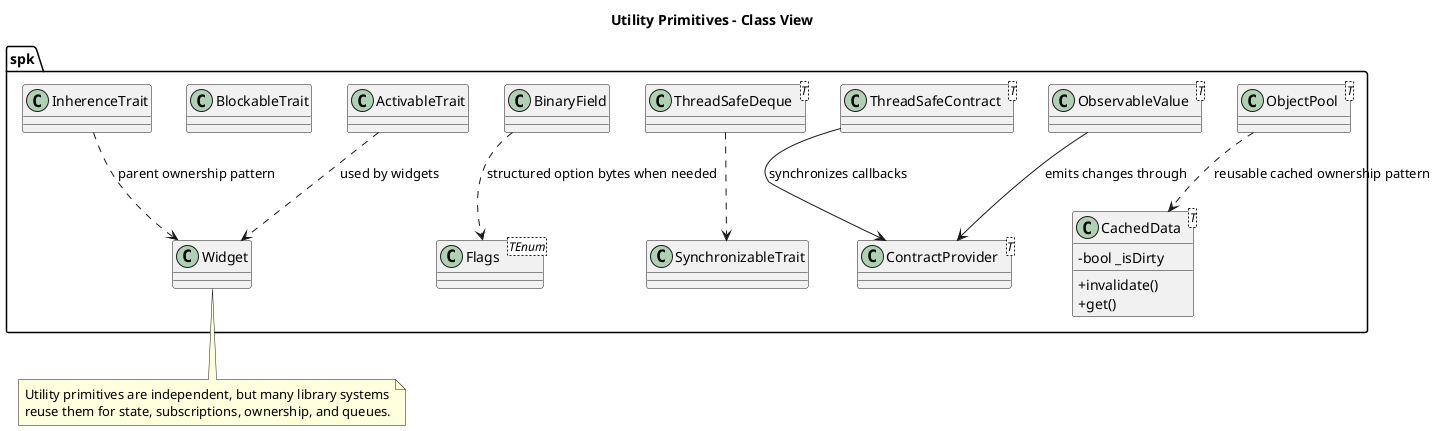
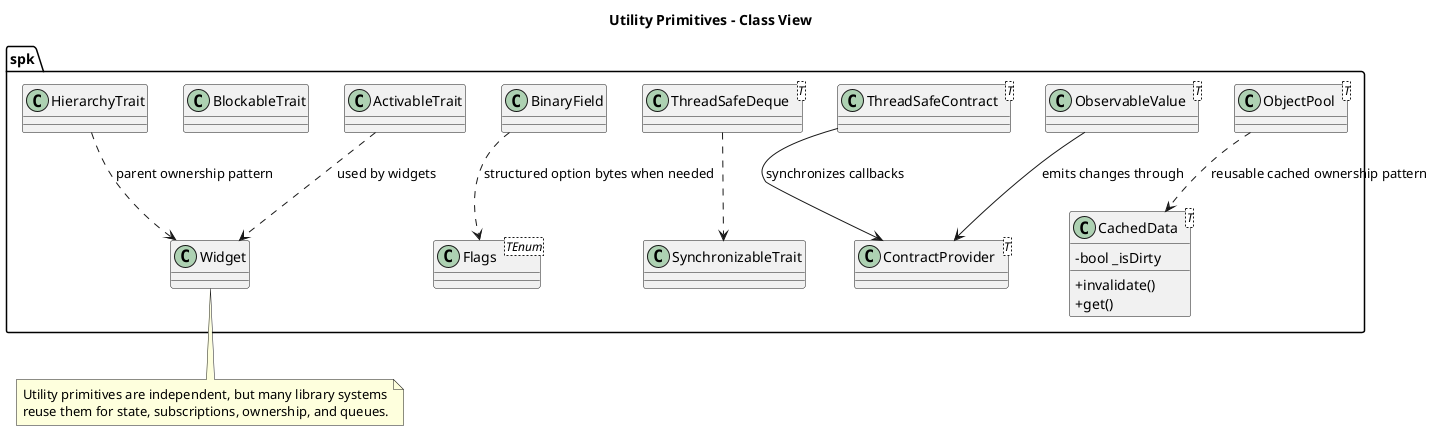
@startuml
title Utility Primitives - Class View

skinparam classAttributeIconSize 0

namespace spk {
	class CachedData<T> {
		- bool _isDirty
		+ invalidate()
		+ get()
	}

	class Flags<TEnum>
	class ObjectPool<T>
	class ObservableValue<T>
	class ContractProvider<T>
	class ThreadSafeContract<T>
	class ThreadSafeDeque<T>
	class BinaryField
	class ActivableTrait
	class BlockableTrait
- 	class InherenceTrait
+ 	class HierarchyTrait
	class SynchronizableTrait
}

spk.ObservableValue --> spk.ContractProvider : emits changes through
spk.ThreadSafeContract --> spk.ContractProvider : synchronizes callbacks
spk.ThreadSafeDeque ..> spk.SynchronizableTrait
spk.ObjectPool ..> spk.CachedData : reusable cached ownership pattern
spk.BinaryField ..> spk.Flags : structured option bytes when needed
spk.ActivableTrait ..> spk.Widget : used by widgets
- spk.InherenceTrait ..> spk.Widget : parent ownership pattern
+ spk.HierarchyTrait ..> spk.Widget : parent ownership pattern

note bottom
Utility primitives are independent, but many library systems
reuse them for state, subscriptions, ownership, and queues.
end note

@enduml
